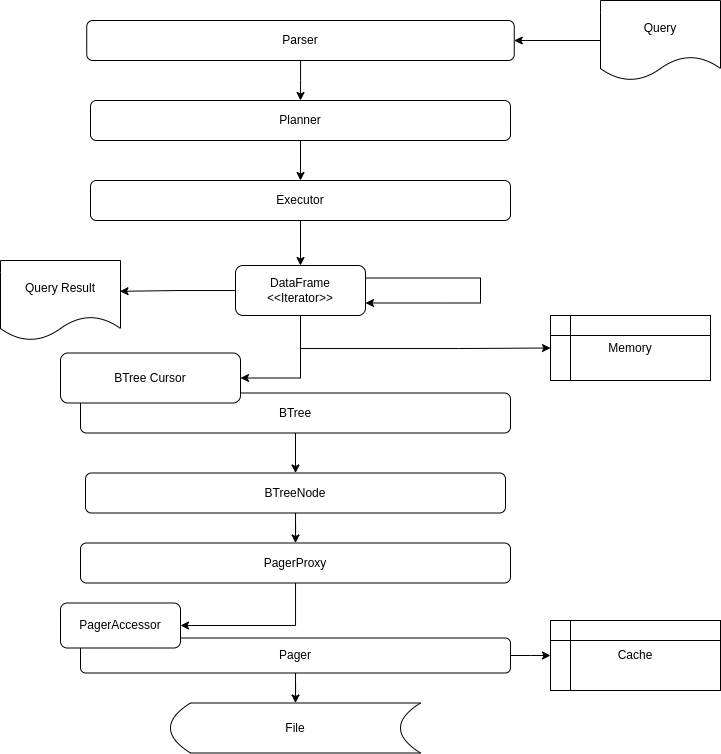
This is architecture.png from fabsch225/rustql, a draw.io export, as it was before one commit. Source tidied: cells renumbered, new cells last; positions are measured from the earlier drawing's top-left corner, leaving out a move shared by most shapes. The source it was exported from:
```xml
<mxGraphModel>
  <root>
    <mxCell id="0" />
    <mxCell id="1" parent="0" />
    <mxCell id="2" style="edgeStyle=orthogonalEdgeStyle;rounded=0;jettySize=auto;html=1;entryX=0.5;entryY=0;entryDx=0;entryDy=0;" parent="1" edge="1" source="4" target="5">
      <mxGeometry relative="1" as="geometry" />
    </mxCell>
    <mxCell id="3" style="edgeStyle=orthogonalEdgeStyle;rounded=0;jettySize=auto;html=1;entryX=0;entryY=0.5;entryDx=0;entryDy=0;" parent="1" edge="1" source="4">
      <mxGeometry relative="1" as="geometry">
        <mxPoint x="550" y="655" as="targetPoint" />
      </mxGeometry>
    </mxCell>
    <mxCell id="4" value="Pager" style="rounded=1;whiteSpace=wrap;html=1;" parent="1" vertex="1">
      <mxGeometry x="80" y="637.5" width="430" height="35" as="geometry" />
    </mxCell>
    <mxCell id="5" value="File" style="shape=dataStorage;whiteSpace=wrap;html=1;fixedSize=1;" parent="1" vertex="1">
      <mxGeometry x="170" y="702.5" width="250" height="50" as="geometry" />
    </mxCell>
    <mxCell id="6" value="PagerAccessor" style="rounded=1;whiteSpace=wrap;html=1;" parent="1" vertex="1">
      <mxGeometry x="60" y="602.5" width="120" height="45" as="geometry" />
    </mxCell>
    <mxCell id="7" style="edgeStyle=orthogonalEdgeStyle;rounded=0;jettySize=auto;html=1;entryX=1;entryY=0.5;entryDx=0;entryDy=0;" parent="1" edge="1" source="8" target="6">
      <mxGeometry relative="1" as="geometry" />
    </mxCell>
    <mxCell id="8" value="PagerProxy" style="rounded=1;whiteSpace=wrap;html=1;" parent="1" vertex="1">
      <mxGeometry x="80" y="542.5" width="430" height="40" as="geometry" />
    </mxCell>
    <mxCell id="9" style="edgeStyle=orthogonalEdgeStyle;rounded=0;jettySize=auto;html=1;" parent="1" edge="1" source="10" target="8">
      <mxGeometry relative="1" as="geometry" />
    </mxCell>
    <mxCell id="10" value="BTreeNode" style="rounded=1;whiteSpace=wrap;html=1;" parent="1" vertex="1">
      <mxGeometry x="85" y="472.5" width="420" height="40" as="geometry" />
    </mxCell>
    <mxCell id="11" value="Cache" style="shape=internalStorage;whiteSpace=wrap;html=1;backgroundOutline=1;" parent="1" vertex="1">
      <mxGeometry x="550" y="620" width="170" height="70" as="geometry" />
    </mxCell>
    <mxCell id="12" style="edgeStyle=orthogonalEdgeStyle;rounded=0;jettySize=auto;html=1;" parent="1" edge="1" source="13" target="10">
      <mxGeometry relative="1" as="geometry" />
    </mxCell>
    <mxCell id="13" value="BTree" style="rounded=1;whiteSpace=wrap;html=1;" parent="1" vertex="1">
      <mxGeometry x="80" y="392.5" width="430" height="40" as="geometry" />
    </mxCell>
    <mxCell id="14" value="BTree Cursor" style="rounded=1;whiteSpace=wrap;html=1;" parent="1" vertex="1">
      <mxGeometry x="60" y="352.5" width="180" height="50" as="geometry" />
    </mxCell>
    <mxCell id="15" style="edgeStyle=elbowEdgeStyle;rounded=0;jettySize=auto;html=1;entryX=1;entryY=0.5;entryDx=0;entryDy=0;" parent="1" edge="1" target="14">
      <mxGeometry relative="1" as="geometry">
        <mxPoint x="300" y="315" as="sourcePoint" />
        <Array as="points">
          <mxPoint x="300" y="370" />
        </Array>
      </mxGeometry>
    </mxCell>
    <mxCell id="16" style="edgeStyle=orthogonalEdgeStyle;rounded=0;jettySize=auto;html=1;entryX=0;entryY=0.5;entryDx=0;entryDy=0;" parent="1" edge="1" source="17" target="18">
      <mxGeometry relative="1" as="geometry">
        <Array as="points">
          <mxPoint x="300" y="348" />
          <mxPoint x="458" y="348" />
        </Array>
      </mxGeometry>
    </mxCell>
    <mxCell id="17" value="&lt;span style=&quot;background-color: initial;&quot;&gt;DataFrame &amp;lt;&amp;lt;Iterator&amp;gt;&amp;gt;&lt;/span&gt;" style="rounded=1;whiteSpace=wrap;html=1;" parent="1" vertex="1">
      <mxGeometry x="235" y="265" width="130" height="50" as="geometry" />
    </mxCell>
    <mxCell id="18" value="Memory" style="shape=internalStorage;whiteSpace=wrap;html=1;backgroundOutline=1;" parent="1" vertex="1">
      <mxGeometry x="550" y="315" width="160" height="65" as="geometry" />
    </mxCell>
    <mxCell id="19" style="edgeStyle=orthogonalEdgeStyle;rounded=0;jettySize=auto;html=1;entryX=0.5;entryY=0;entryDx=0;entryDy=0;" parent="1" edge="1" source="20" target="17">
      <mxGeometry relative="1" as="geometry" />
    </mxCell>
    <mxCell id="20" value="Executor" style="rounded=1;whiteSpace=wrap;html=1;" parent="1" vertex="1">
      <mxGeometry x="90" y="180" width="420" height="40" as="geometry" />
    </mxCell>
    <mxCell id="21" value="Query Result" style="shape=document;whiteSpace=wrap;html=1;boundedLbl=1;" parent="1" vertex="1">
      <mxGeometry y="260" width="120" height="80" as="geometry" />
    </mxCell>
    <mxCell id="22" style="edgeStyle=orthogonalEdgeStyle;rounded=0;jettySize=auto;html=1;entryX=0.996;entryY=0.385;entryDx=0;entryDy=0;entryPerimeter=0;" parent="1" edge="1" source="17" target="21">
      <mxGeometry relative="1" as="geometry" />
    </mxCell>
    <mxCell id="23" style="edgeStyle=orthogonalEdgeStyle;rounded=0;jettySize=auto;html=1;" parent="1" edge="1" source="24" target="20">
      <mxGeometry relative="1" as="geometry" />
    </mxCell>
    <mxCell id="24" value="Planner" style="rounded=1;whiteSpace=wrap;html=1;" parent="1" vertex="1">
      <mxGeometry x="90" y="100" width="420" height="40" as="geometry" />
    </mxCell>
    <mxCell id="25" style="edgeStyle=orthogonalEdgeStyle;rounded=0;jettySize=auto;html=1;" parent="1" edge="1" source="26" target="24">
      <mxGeometry relative="1" as="geometry" />
    </mxCell>
    <mxCell id="26" value="Parser" style="rounded=1;whiteSpace=wrap;html=1;" parent="1" vertex="1">
      <mxGeometry x="86.2" y="20" width="427.5" height="40" as="geometry" />
    </mxCell>
    <mxCell id="27" style="edgeStyle=orthogonalEdgeStyle;rounded=0;jettySize=auto;html=1;entryX=1;entryY=0.5;entryDx=0;entryDy=0;" parent="1" edge="1" source="28" target="26">
      <mxGeometry relative="1" as="geometry" />
    </mxCell>
    <mxCell id="28" value="Query" style="shape=document;whiteSpace=wrap;html=1;boundedLbl=1;" parent="1" vertex="1">
      <mxGeometry x="600" width="120" height="80" as="geometry" />
    </mxCell>
    <mxCell id="29" style="edgeStyle=orthogonalEdgeStyle;rounded=0;orthogonalLoop=1;jettySize=auto;html=1;exitX=1;exitY=0.25;exitDx=0;exitDy=0;entryX=1;entryY=0.75;entryDx=0;entryDy=0;" parent="1" edge="1" source="17" target="17">
      <mxGeometry relative="1" as="geometry">
        <Array as="points">
          <mxPoint x="480" y="277" />
          <mxPoint x="480" y="303" />
        </Array>
      </mxGeometry>
    </mxCell>
  </root>
</mxGraphModel>
```
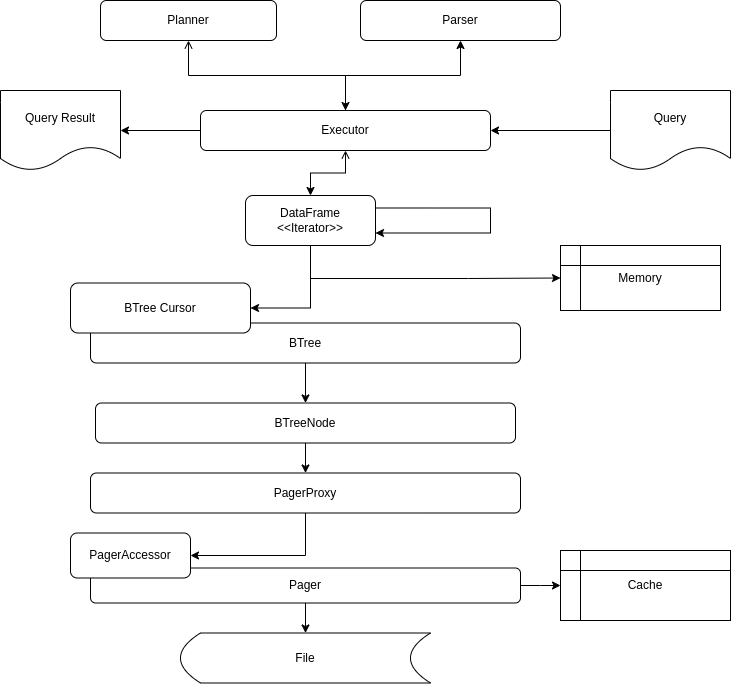
Later version of the same file.

Diff of the diagram source:
```diff
@@ -65,35 +65,35 @@
     <mxCell id="18" value="Memory" style="shape=internalStorage;whiteSpace=wrap;html=1;backgroundOutline=1;" parent="1" vertex="1">
       <mxGeometry x="550" y="315" width="160" height="65" as="geometry" />
     </mxCell>
-    <mxCell id="19" style="edgeStyle=orthogonalEdgeStyle;rounded=0;jettySize=auto;html=1;entryX=0.5;entryY=0;entryDx=0;entryDy=0;" parent="1" edge="1" source="20" target="17">
+    <mxCell id="19" style="edgeStyle=orthogonalEdgeStyle;rounded=0;jettySize=auto;html=1;entryX=0.5;entryY=0;entryDx=0;entryDy=0;startArrow=open;startFill=0;" parent="1" edge="1" source="20" target="17">
       <mxGeometry relative="1" as="geometry" />
     </mxCell>
+    <mxCell id="30" style="edgeStyle=orthogonalEdgeStyle;rounded=0;jettySize=auto;html=1;entryX=1;entryY=0.5;entryDx=0;entryDy=0;" parent="1" edge="1" source="20" target="21">
+      <mxGeometry relative="1" as="geometry" />
+    </mxCell>
+    <mxCell id="31" style="edgeStyle=orthogonalEdgeStyle;rounded=0;jettySize=auto;html=1;entryX=0.5;entryY=1;entryDx=0;entryDy=0;" parent="1" edge="1" source="20" target="26">
+      <mxGeometry relative="1" as="geometry" />
+    </mxCell>
     <mxCell id="20" value="Executor" style="rounded=1;whiteSpace=wrap;html=1;" parent="1" vertex="1">
-      <mxGeometry x="90" y="180" width="420" height="40" as="geometry" />
+      <mxGeometry x="190" y="180" width="290" height="40" as="geometry" />
     </mxCell>
     <mxCell id="21" value="Query Result" style="shape=document;whiteSpace=wrap;html=1;boundedLbl=1;" parent="1" vertex="1">
-      <mxGeometry y="260" width="120" height="80" as="geometry" />
+      <mxGeometry x="-10" y="160" width="120" height="80" as="geometry" />
     </mxCell>
-    <mxCell id="22" style="edgeStyle=orthogonalEdgeStyle;rounded=0;jettySize=auto;html=1;entryX=0.996;entryY=0.385;entryDx=0;entryDy=0;entryPerimeter=0;" parent="1" edge="1" source="17" target="21">
-      <mxGeometry relative="1" as="geometry" />
-    </mxCell>
-    <mxCell id="23" style="edgeStyle=orthogonalEdgeStyle;rounded=0;jettySize=auto;html=1;" parent="1" edge="1" source="24" target="20">
+    <mxCell id="23" style="edgeStyle=orthogonalEdgeStyle;rounded=0;jettySize=auto;html=1;entryX=0.5;entryY=0;entryDx=0;entryDy=0;startArrow=open;startFill=0;" parent="1" edge="1" source="24" target="20">
       <mxGeometry relative="1" as="geometry" />
     </mxCell>
     <mxCell id="24" value="Planner" style="rounded=1;whiteSpace=wrap;html=1;" parent="1" vertex="1">
-      <mxGeometry x="90" y="100" width="420" height="40" as="geometry" />
+      <mxGeometry x="90" y="70" width="176" height="40" as="geometry" />
     </mxCell>
-    <mxCell id="25" style="edgeStyle=orthogonalEdgeStyle;rounded=0;jettySize=auto;html=1;" parent="1" edge="1" source="26" target="24">
-      <mxGeometry relative="1" as="geometry" />
-    </mxCell>
     <mxCell id="26" value="Parser" style="rounded=1;whiteSpace=wrap;html=1;" parent="1" vertex="1">
-      <mxGeometry x="86.2" y="20" width="427.5" height="40" as="geometry" />
+      <mxGeometry x="350" y="70" width="200" height="40" as="geometry" />
     </mxCell>
-    <mxCell id="27" style="edgeStyle=orthogonalEdgeStyle;rounded=0;jettySize=auto;html=1;entryX=1;entryY=0.5;entryDx=0;entryDy=0;" parent="1" edge="1" source="28" target="26">
-      <mxGeometry relative="1" as="geometry" />
-    </mxCell>
+    <mxCell id="32" style="edgeStyle=orthogonalEdgeStyle;rounded=0;jettySize=auto;html=1;entryX=1;entryY=0.5;entryDx=0;entryDy=0;" parent="1" edge="1" source="28" target="20">
+      <mxGeometry relative="1" as="geometry" />
+    </mxCell>
     <mxCell id="28" value="Query" style="shape=document;whiteSpace=wrap;html=1;boundedLbl=1;" parent="1" vertex="1">
-      <mxGeometry x="600" width="120" height="80" as="geometry" />
+      <mxGeometry x="600" y="160" width="120" height="80" as="geometry" />
     </mxCell>
     <mxCell id="29" style="edgeStyle=orthogonalEdgeStyle;rounded=0;orthogonalLoop=1;jettySize=auto;html=1;exitX=1;exitY=0.25;exitDx=0;exitDy=0;entryX=1;entryY=0.75;entryDx=0;entryDy=0;" parent="1" edge="1" source="17" target="17">
       <mxGeometry relative="1" as="geometry">
```
